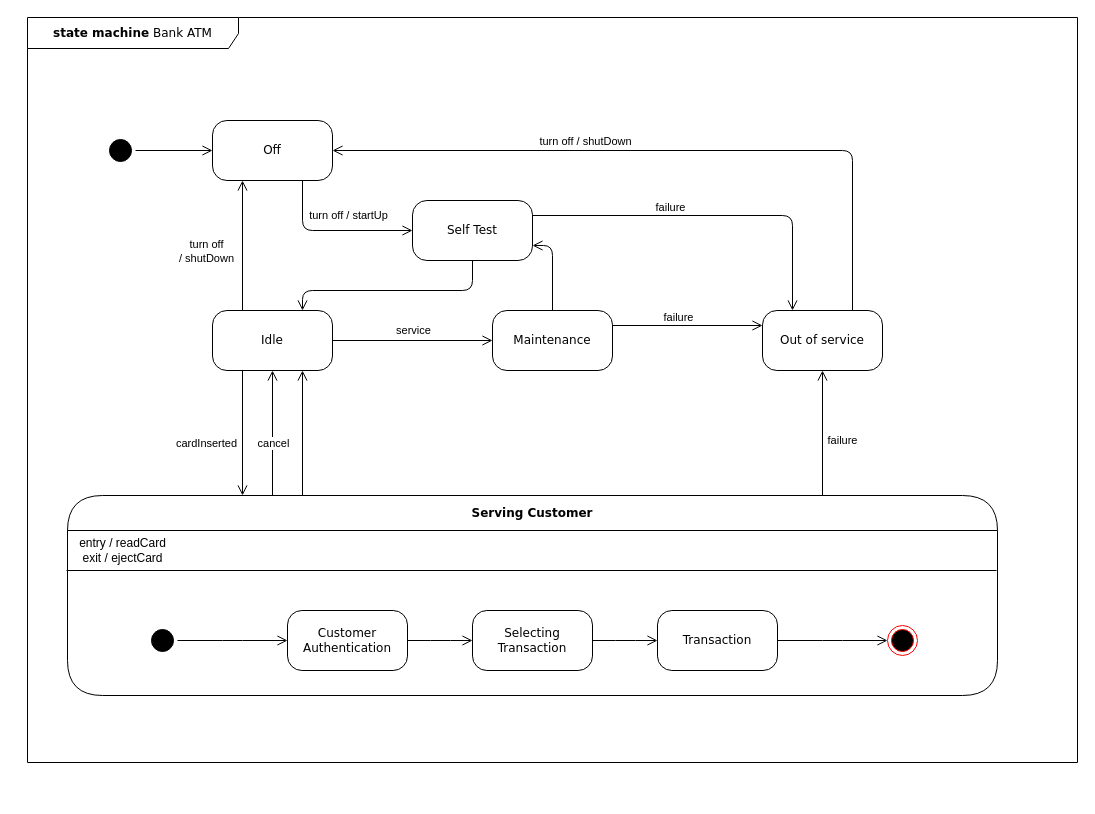
Before: 10-12/state_dia.drawio in shah-deep2/CS151-06-F23, a draw.io diagram. Source tidied: cells renumbered, new cells numbered last; positions are measured from the earlier drawing's top-left corner, leaving out a move shared by most shapes. Both pictures are drawn from the tidied source at 100%, with x=0, y=0 at pixel (27, 17).
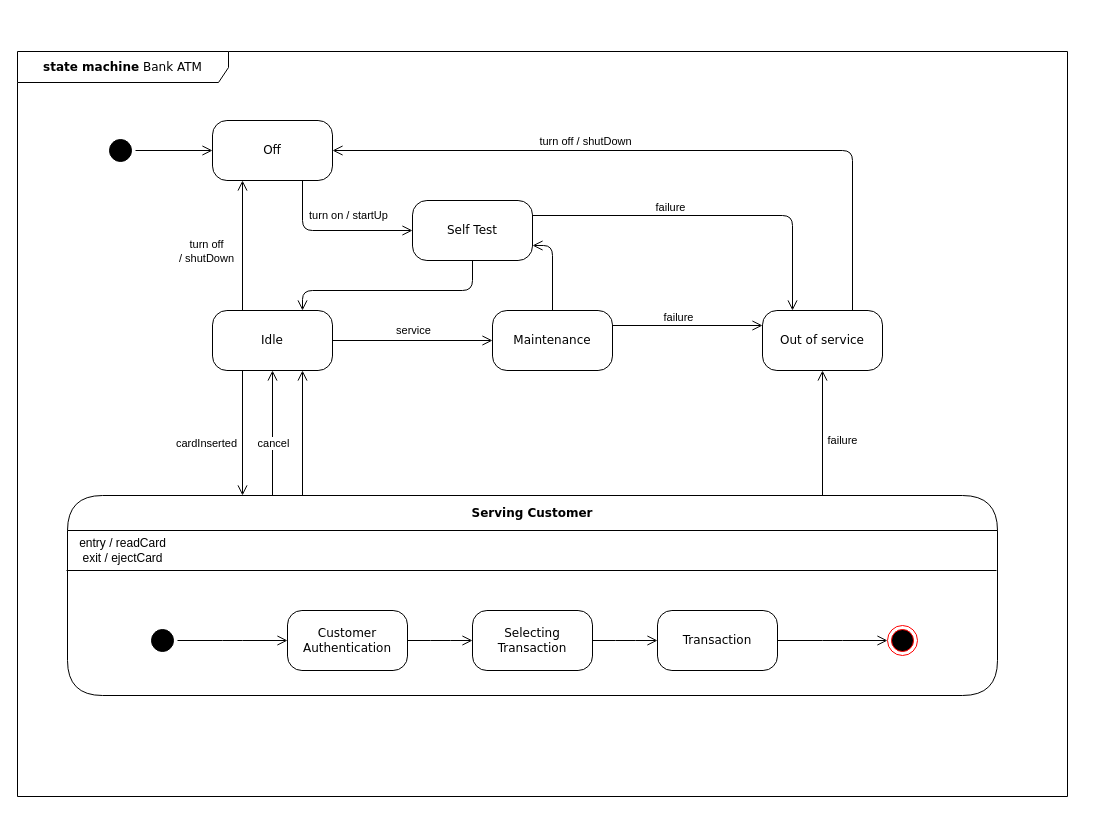
The same page after the edit.

Unchanged cells that the change refers to:
```xml
<mxCell id="26" style="edgeStyle=orthogonalEdgeStyle;html=1;labelBackgroundColor=none;endArrow=open;endSize=8;strokeColor=#000000;fontFamily=Verdana;fontSize=12;align=left;entryX=0;entryY=0.5;fillColor=none;" parent="1" edge="1" source="4" target="7">
  <mxGeometry relative="1" as="geometry">
    <Array as="points">
      <mxPoint x="275" y="213" />
    </Array>
  </mxGeometry>
</mxCell>
```

What changed in the source:
```diff
@@
     <mxCell id="24" value="&lt;b&gt;state machine&lt;/b&gt;&amp;nbsp;Bank ATM" style="shape=umlFrame;whiteSpace=wrap;html=1;rounded=1;shadow=0;comic=0;labelBackgroundColor=none;strokeWidth=1;fontFamily=Verdana;fontSize=12;align=center;width=211;height=31;" parent="1" vertex="1">
-      <mxGeometry width="1050" height="745" as="geometry" />
+      <mxGeometry x="-10" y="34" width="1050" height="745" as="geometry" />
     </mxCell>
@@
-    <mxCell id="27" value="turn off / startUp" style="edgeLabel;html=1;align=center;verticalAlign=middle;" parent="26" vertex="1">
+    <mxCell id="27" value="turn on / startUp" style="edgeLabel;html=1;align=center;verticalAlign=middle;" parent="26" vertex="1">
       <mxGeometry x="-0.67" y="-3" relative="1" as="geometry">
         <mxPoint x="48" y="8" as="offset" />
       </mxGeometry>
     </mxCell>
```
